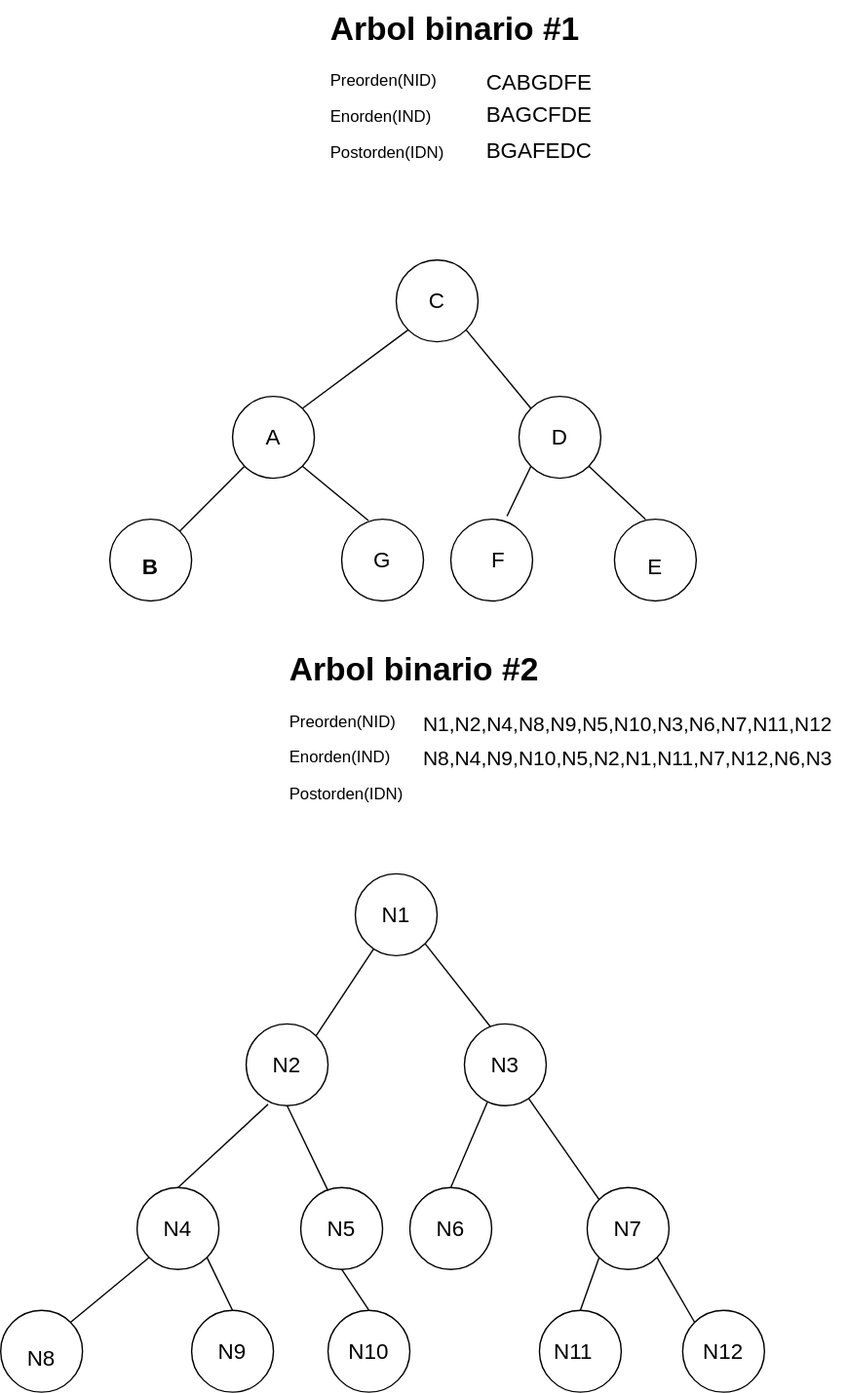
The draw.io diagram Estructura-de-datos/Arboles/recorrido2.drawio.svg in Nordcode-cyber/Algoritmos-Estructdatos, before a commit. Source tidied: cells renumbered, new cells last; positions are measured from the earlier drawing's top-left corner, leaving out a move shared by most shapes.
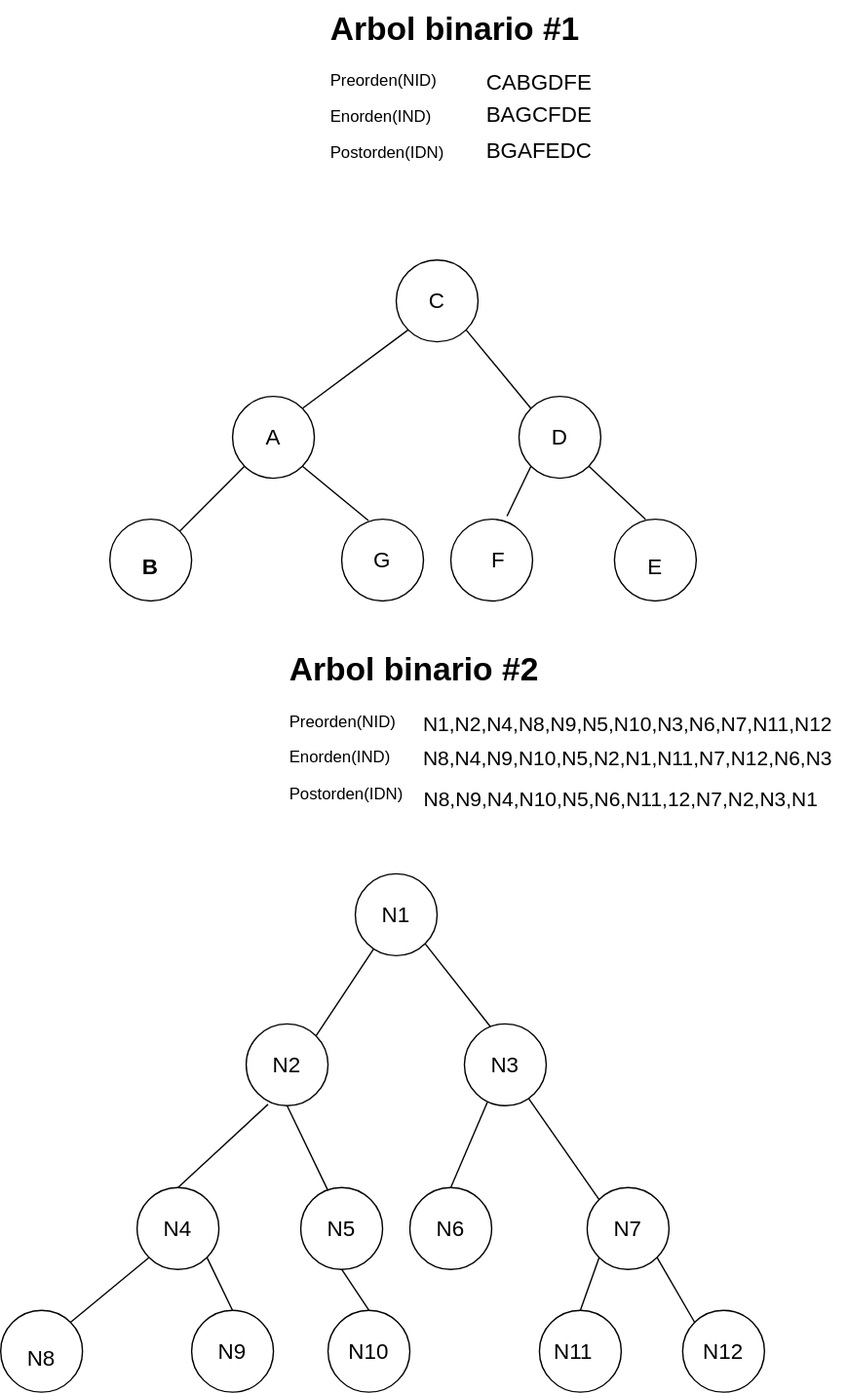
After the change.

Change to the diagram source:
```diff
@@ -188,5 +188,8 @@
     <mxCell id="63" value="&lt;font style=&quot;font-size: 15px; color: light-dark(rgb(0, 0, 0), rgb(204, 0, 0));&quot;&gt;N8,N4,N9,N10,N5,N2,N1,N11,N7,N12,N6,N3&lt;/font&gt;" style="text;html=1;align=center;verticalAlign=middle;whiteSpace=wrap;rounded=0;" parent="1" vertex="1">
       <mxGeometry x="300" y="540" width="320" height="30" as="geometry" />
     </mxCell>
+    <mxCell id="64" value="&lt;font style=&quot;color: light-dark(rgb(0, 0, 0), rgb(204, 0, 0)); font-size: 15px;&quot;&gt;N8,N9,N4,N10,N5,N6,N11,12,N7,N2,N3,N1&lt;/font&gt;" style="text;html=1;align=center;verticalAlign=middle;whiteSpace=wrap;rounded=0;" parent="1" vertex="1">
+      <mxGeometry x="310" y="570" width="290" height="30" as="geometry" />
+    </mxCell>
   </root>
 </mxGraphModel>
```
